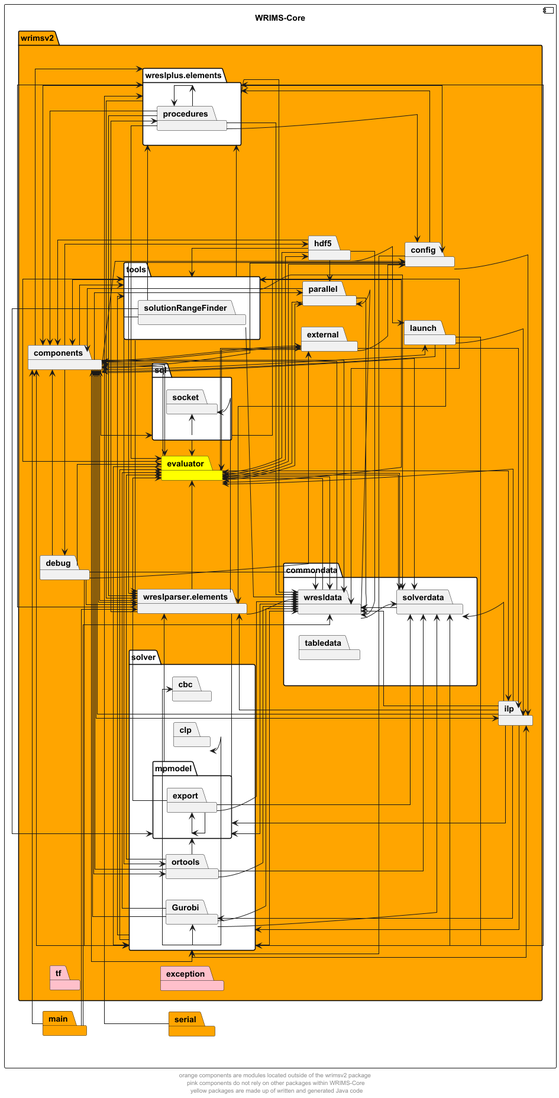
Earlier version of the PlantUML export docs/diagrams/wrims-core/wrims-core-interdeps.png (CentralValleyModeling/wrims-engine). The source it was exported from:
```plantuml
@startuml
left to right direction
skinparam linetype ortho

component wrims_core as "WRIMS-Core" {
    package main #orange
    package serial #orange
    package wrimsv2 #orange {
        package commondata #white {
            package solverdata
            package tabledata
            package wresldata
        }
        package components
        package config
        package debug
        package evaluator #yellow
        package exception #pink
        package external
        package hdf5
        package ilp
        package launch
        package parallel
        package solver #white {
            package cbc
            package clp
            package Gurobi
            package mpmodel {
                package export
            }
            package ortools
        }
        package sql #white {
            package socket
        }
        package tf #pink
        package tools #white {
            package solutionRangeFinder
        }
        package wreslparser.elements
        package wreslplus.elements #white {
            package procedures
        }
    }
}


main -> components
main -> wreslparser.elements
main --> wresldata

serial -> wreslplus.elements

solverdata --> wresldata
solverdata -> evaluator

wresldata -> evaluator
wresldata -> components
wresldata -> solverdata
wresldata -> parallel

components -> wresldata
components --> evaluator
components -> external
components -> ortools
components -> ilp
components -> solver
components -> wreslparser.elements
components -> wreslplus.elements
components -> solverdata
components -> config
components -> hdf5
components -> launch
components -> sql
components -> tools
components -> debug
components -> parallel

config -> components
config --> evaluator
config --> ilp
config -> solver
config -> wreslplus.elements
config -> wreslparser.elements

debug -> components
debug --> wreslparser.elements
debug -> solver
debug -> wresldata
debug -> evaluator
debug -> external

evaluator -> wresldata
evaluator -> components
evaluator --> parallel
evaluator -> tools
evaluator -> hdf5
evaluator -> solver
evaluator --> external
evaluator -> solverdata
evaluator -> ilp

external -> components
external -> evaluator
external -> ilp
external --> config

hdf5 -> components
hdf5 --> evaluator
hdf5 --> launch
hdf5 -> wresldata
hdf5 -> parallel
hdf5 -> tools

ilp -> solverdata
ilp -> wresldata
ilp -> components
ilp -> evaluator
ilp -> solver
ilp -> Gurobi
ilp -> mpmodel
ilp -> wreslparser.elements

launch -> ilp
launch -> components
launch -> wreslparser.elements
launch -> solver

parallel -> components
parallel -> wresldata
parallel -> evaluator

Gurobi -> wresldata
Gurobi -> solverdata
Gurobi -> components
Gurobi -> evaluator

export -> solverdata
export -> wresldata
export -> evaluator
export -> mpmodel

mpmodel -> wresldata
mpmodel -> export
mpmodel -> wreslparser.elements

ortools -> solverdata
ortools -> components
ortools -> evaluator
ortools -> wresldata
ortools -> mpmodel

solver -> wresldata
solver -> components
solver -> evaluator
solver -> solverdata
solver -> ilp
solver -> cbc
solver -> tools
solver -> wreslplus.elements
solver -> Gurobi
solver -> clp

sql -> components
sql -> tools
sql -> evaluator
sql -> socket

solutionRangeFinder -> mpmodel
solutionRangeFinder -> ortools
solutionRangeFinder -> wreslplus.elements
solutionRangeFinder -> wresldata

tools -> solverdata
tools -> components
tools -> evaluator
tools -> wresldata
tools -> wreslplus.elements
tools -> wreslparser.elements

wreslparser.elements -> wresldata
wreslparser.elements -> components
wreslparser.elements -> wreslplus.elements
wreslparser.elements -> evaluator
wreslparser.elements -> mpmodel
wreslparser.elements -> socket
wreslparser.elements -> procedures

procedures -> components
procedures -> wresldata
procedures -> config
procedures -> wreslplus.elements
procedures -> evaluator
procedures -> wreslparser.elements

wreslplus.elements -> wresldata
wreslplus.elements -> procedures
wreslplus.elements -> wreslparser.elements
wreslplus.elements -> components
wreslplus.elements -> config

solver -d[hidden]-> commondata
tf -d[hidden]-> exception

footer "orange components are modules located outside of the wrimsv2 package \n pink components do not rely on other packages within WRIMS-Core \n yellow packages are made up of written and generated Java code"

@enduml
```
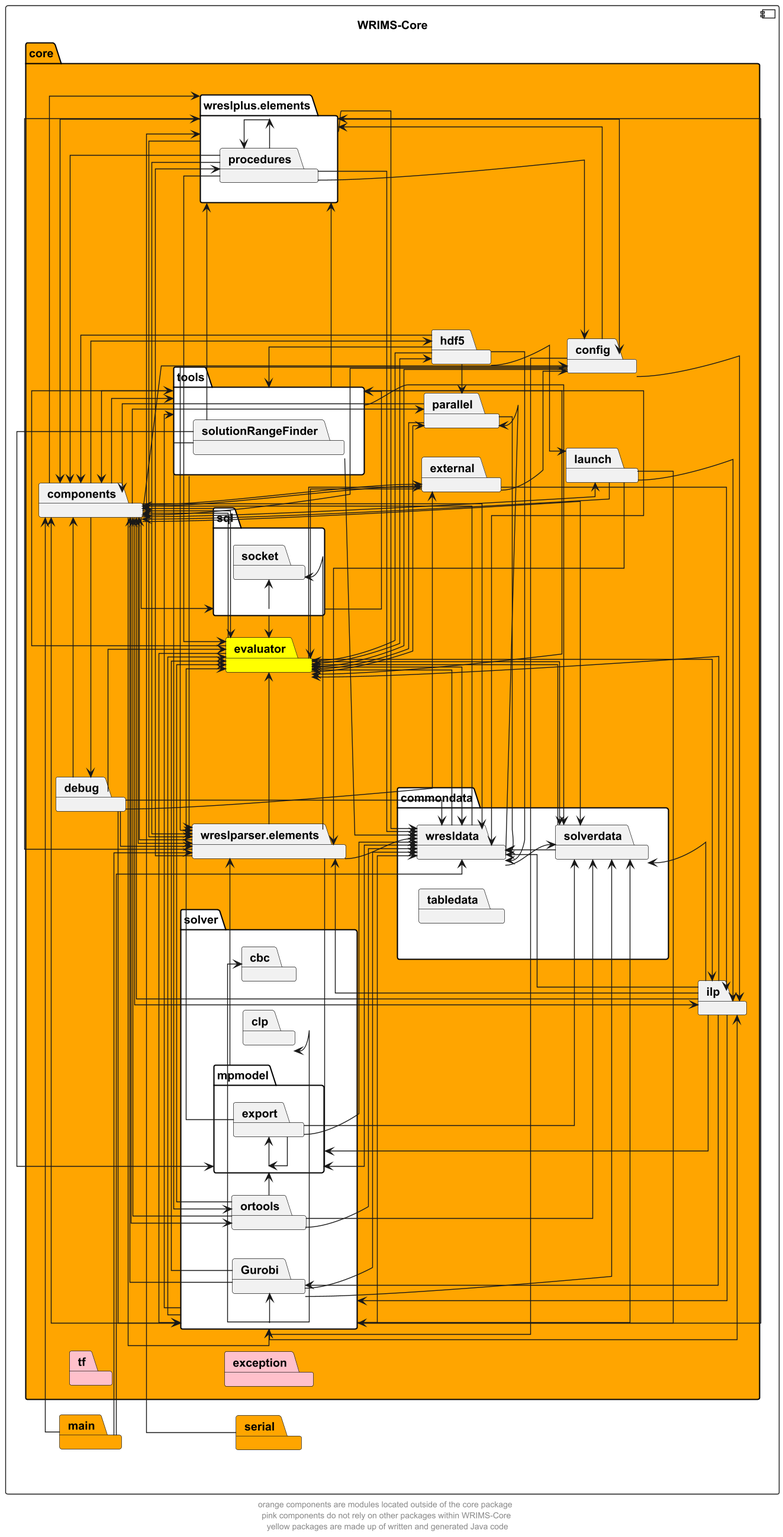
Above is the later version.

The edit, as a diff of the source:
```diff
@@ -5,7 +5,7 @@
 component wrims_core as "WRIMS-Core" {
     package main #orange
     package serial #orange
-    package wrimsv2 #orange {
+    package core #orange {
         package commondata #white {
             package solverdata
             package tabledata
@@ -202,6 +202,6 @@
 solver -d[hidden]-> commondata
 tf -d[hidden]-> exception
 
-footer "orange components are modules located outside of the wrimsv2 package \n pink components do not rely on other packages within WRIMS-Core \n yellow packages are made up of written and generated Java code"
+footer "orange components are modules located outside of the core package \n pink components do not rely on other packages within WRIMS-Core \n yellow packages are made up of written and generated Java code"
 
 @enduml
```
